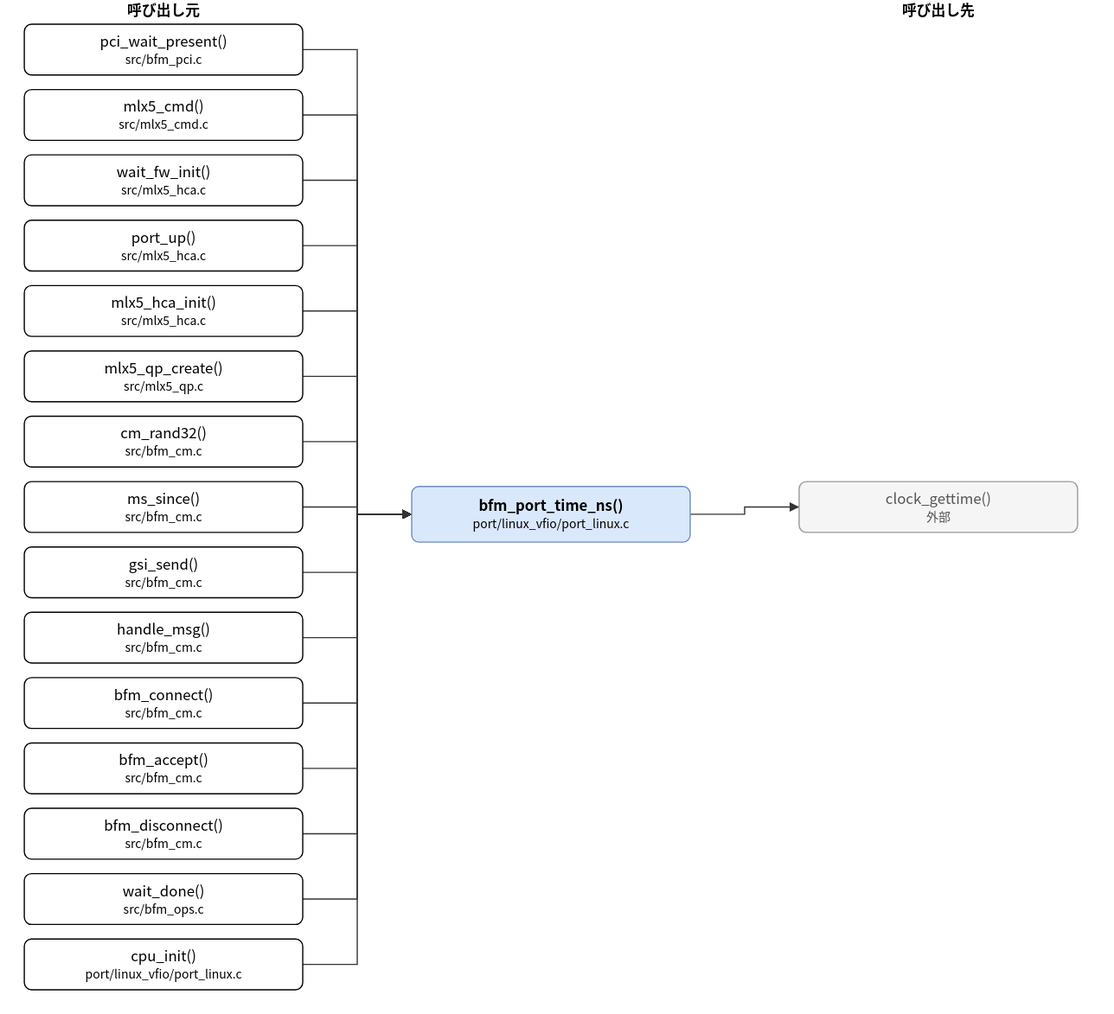
Above: doc/spec/images/call_port_linux_vfio_port_linux-bfm_port_time_ns.drawio.svg in hf355051012-ai/bfmem (draw.io), before the change. Source tidied: cells renumbered, new cells last; positions are measured from the earlier drawing's top-left corner, leaving out a move shared by most shapes.
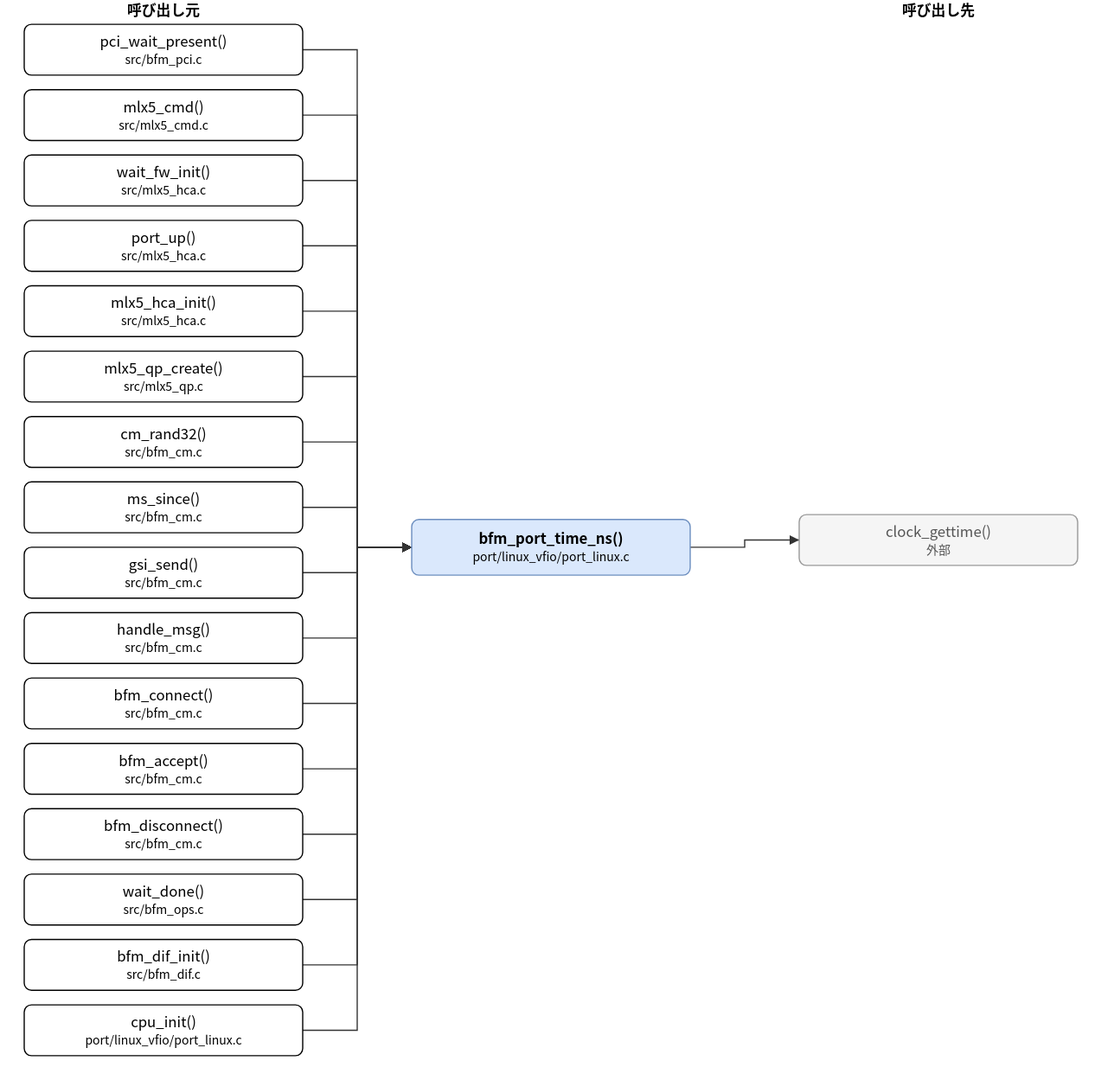
Above is the later version.

The edit, as a diff of the source:
```diff
@@ -3,7 +3,7 @@
     <mxCell id="0" />
     <mxCell id="1" parent="0" />
     <mxCell id="2" value="bfm_port_time_ns()&lt;br&gt;&lt;font style=&quot;font-size:10px&quot;&gt;port/linux_vfio/port_linux.c&lt;/font&gt;" style="rounded=1;whiteSpace=wrap;html=1;fillColor=#dae8fc;strokeColor=#6c8ebf;fontStyle=1;" parent="1" vertex="1">
-      <mxGeometry x="320" y="402" width="230" height="46" as="geometry" />
+      <mxGeometry x="320" y="429" width="230" height="46" as="geometry" />
     </mxCell>
     <mxCell id="3" value="pci_wait_present()&lt;br&gt;&lt;font style=&quot;font-size:10px&quot;&gt;src/bfm_pci.c&lt;/font&gt;" style="rounded=1;whiteSpace=wrap;html=1;" parent="1" vertex="1">
       <mxGeometry y="20" width="230" height="42" as="geometry" />
@@ -47,17 +47,20 @@
     <mxCell id="16" value="wait_done()&lt;br&gt;&lt;font style=&quot;font-size:10px&quot;&gt;src/bfm_ops.c&lt;/font&gt;" style="rounded=1;whiteSpace=wrap;html=1;" parent="1" vertex="1">
       <mxGeometry y="722" width="230" height="42" as="geometry" />
     </mxCell>
-    <mxCell id="17" value="cpu_init()&lt;br&gt;&lt;font style=&quot;font-size:10px&quot;&gt;port/linux_vfio/port_linux.c&lt;/font&gt;" style="rounded=1;whiteSpace=wrap;html=1;" parent="1" vertex="1">
+    <mxCell id="17" value="bfm_dif_init()&lt;br&gt;&lt;font style=&quot;font-size:10px&quot;&gt;src/bfm_dif.c&lt;/font&gt;" style="rounded=1;whiteSpace=wrap;html=1;" parent="1" vertex="1">
       <mxGeometry y="776" width="230" height="42" as="geometry" />
     </mxCell>
+    <mxCell id="37" value="cpu_init()&lt;br&gt;&lt;font style=&quot;font-size:10px&quot;&gt;port/linux_vfio/port_linux.c&lt;/font&gt;" style="rounded=1;whiteSpace=wrap;html=1;" parent="1" vertex="1">
+      <mxGeometry y="830" width="230" height="42" as="geometry" />
+    </mxCell>
     <mxCell id="18" value="clock_gettime()&lt;br&gt;&lt;font style=&quot;font-size:10px&quot;&gt;外部&lt;/font&gt;" style="rounded=1;whiteSpace=wrap;html=1;fillColor=#f5f5f5;strokeColor=#999999;fontColor=#555555;" parent="1" vertex="1">
-      <mxGeometry x="640" y="398" width="230" height="42" as="geometry" />
+      <mxGeometry x="640" y="425" width="230" height="42" as="geometry" />
     </mxCell>
     <mxCell id="19" style="edgeStyle=none;html=1;rounded=0;endArrow=block;endFill=1;exitX=1.0000;exitY=0.5000;exitDx=0;exitDy=0;exitPerimeter=0;entryX=0.0000;entryY=0.5000;entryDx=0;entryDy=0;entryPerimeter=0;" parent="1" edge="1" source="3" target="2">
       <mxGeometry relative="1" as="geometry">
         <Array as="points">
           <mxPoint x="275" y="41" />
-          <mxPoint x="275" y="425" />
+          <mxPoint x="275" y="452" />
         </Array>
       </mxGeometry>
     </mxCell>
@@ -65,7 +68,7 @@
       <mxGeometry relative="1" as="geometry">
         <Array as="points">
           <mxPoint x="275" y="95" />
-          <mxPoint x="275" y="425" />
+          <mxPoint x="275" y="452" />
         </Array>
       </mxGeometry>
     </mxCell>
@@ -73,7 +76,7 @@
       <mxGeometry relative="1" as="geometry">
         <Array as="points">
           <mxPoint x="275" y="149" />
-          <mxPoint x="275" y="425" />
+          <mxPoint x="275" y="452" />
         </Array>
       </mxGeometry>
     </mxCell>
@@ -81,7 +84,7 @@
       <mxGeometry relative="1" as="geometry">
         <Array as="points">
           <mxPoint x="275" y="203" />
-          <mxPoint x="275" y="425" />
+          <mxPoint x="275" y="452" />
         </Array>
       </mxGeometry>
     </mxCell>
@@ -89,7 +92,7 @@
       <mxGeometry relative="1" as="geometry">
         <Array as="points">
           <mxPoint x="275" y="257" />
-          <mxPoint x="275" y="425" />
+          <mxPoint x="275" y="452" />
         </Array>
       </mxGeometry>
     </mxCell>
@@ -97,7 +100,7 @@
       <mxGeometry relative="1" as="geometry">
         <Array as="points">
           <mxPoint x="275" y="311" />
-          <mxPoint x="275" y="425" />
+          <mxPoint x="275" y="452" />
         </Array>
       </mxGeometry>
     </mxCell>
@@ -105,7 +108,7 @@
       <mxGeometry relative="1" as="geometry">
         <Array as="points">
           <mxPoint x="275" y="365" />
-          <mxPoint x="275" y="425" />
+          <mxPoint x="275" y="452" />
         </Array>
       </mxGeometry>
     </mxCell>
@@ -113,7 +116,7 @@
       <mxGeometry relative="1" as="geometry">
         <Array as="points">
           <mxPoint x="275" y="419" />
-          <mxPoint x="275" y="425" />
+          <mxPoint x="275" y="452" />
         </Array>
       </mxGeometry>
     </mxCell>
@@ -121,7 +124,7 @@
       <mxGeometry relative="1" as="geometry">
         <Array as="points">
           <mxPoint x="275" y="473" />
-          <mxPoint x="275" y="425" />
+          <mxPoint x="275" y="452" />
         </Array>
       </mxGeometry>
     </mxCell>
@@ -129,7 +132,7 @@
       <mxGeometry relative="1" as="geometry">
         <Array as="points">
           <mxPoint x="275" y="527" />
-          <mxPoint x="275" y="425" />
+          <mxPoint x="275" y="452" />
         </Array>
       </mxGeometry>
     </mxCell>
@@ -137,7 +140,7 @@
       <mxGeometry relative="1" as="geometry">
         <Array as="points">
           <mxPoint x="275" y="581" />
-          <mxPoint x="275" y="425" />
+          <mxPoint x="275" y="452" />
         </Array>
       </mxGeometry>
     </mxCell>
@@ -145,7 +148,7 @@
       <mxGeometry relative="1" as="geometry">
         <Array as="points">
           <mxPoint x="275" y="635" />
-          <mxPoint x="275" y="425" />
+          <mxPoint x="275" y="452" />
         </Array>
       </mxGeometry>
     </mxCell>
@@ -153,7 +156,7 @@
       <mxGeometry relative="1" as="geometry">
         <Array as="points">
           <mxPoint x="275" y="689" />
-          <mxPoint x="275" y="425" />
+          <mxPoint x="275" y="452" />
         </Array>
       </mxGeometry>
     </mxCell>
@@ -161,7 +164,7 @@
       <mxGeometry relative="1" as="geometry">
         <Array as="points">
           <mxPoint x="275" y="743" />
-          <mxPoint x="275" y="425" />
+          <mxPoint x="275" y="452" />
         </Array>
       </mxGeometry>
     </mxCell>
@@ -169,18 +172,26 @@
       <mxGeometry relative="1" as="geometry">
         <Array as="points">
           <mxPoint x="275" y="797" />
-          <mxPoint x="275" y="425" />
+          <mxPoint x="275" y="452" />
         </Array>
       </mxGeometry>
     </mxCell>
-    <mxCell id="34" style="edgeStyle=none;html=1;rounded=0;endArrow=block;endFill=1;exitX=1.0000;exitY=0.5000;exitDx=0;exitDy=0;exitPerimeter=0;entryX=0.0000;entryY=0.5000;entryDx=0;entryDy=0;entryPerimeter=0;" parent="1" edge="1" source="2" target="18">
+    <mxCell id="34" style="edgeStyle=none;html=1;rounded=0;endArrow=block;endFill=1;exitX=1.0000;exitY=0.5000;exitDx=0;exitDy=0;exitPerimeter=0;entryX=0.0000;entryY=0.5000;entryDx=0;entryDy=0;entryPerimeter=0;" parent="1" edge="1" source="37" target="2">
       <mxGeometry relative="1" as="geometry">
         <Array as="points">
-          <mxPoint x="595" y="425" />
-          <mxPoint x="595" y="419" />
+          <mxPoint x="275" y="851" />
+          <mxPoint x="275" y="452" />
         </Array>
       </mxGeometry>
     </mxCell>
+    <mxCell id="38" style="edgeStyle=none;html=1;rounded=0;endArrow=block;endFill=1;exitX=1.0000;exitY=0.5000;exitDx=0;exitDy=0;exitPerimeter=0;entryX=0.0000;entryY=0.5000;entryDx=0;entryDy=0;entryPerimeter=0;" parent="1" edge="1" source="2" target="18">
+      <mxGeometry relative="1" as="geometry">
+        <Array as="points">
+          <mxPoint x="595" y="452" />
+          <mxPoint x="595" y="446" />
+        </Array>
+      </mxGeometry>
+    </mxCell>
     <mxCell id="35" value="呼び出し元" style="text;html=1;align=center;fontStyle=1;" parent="1" vertex="1">
       <mxGeometry x="35" width="160" height="18" as="geometry" />
     </mxCell>
```
